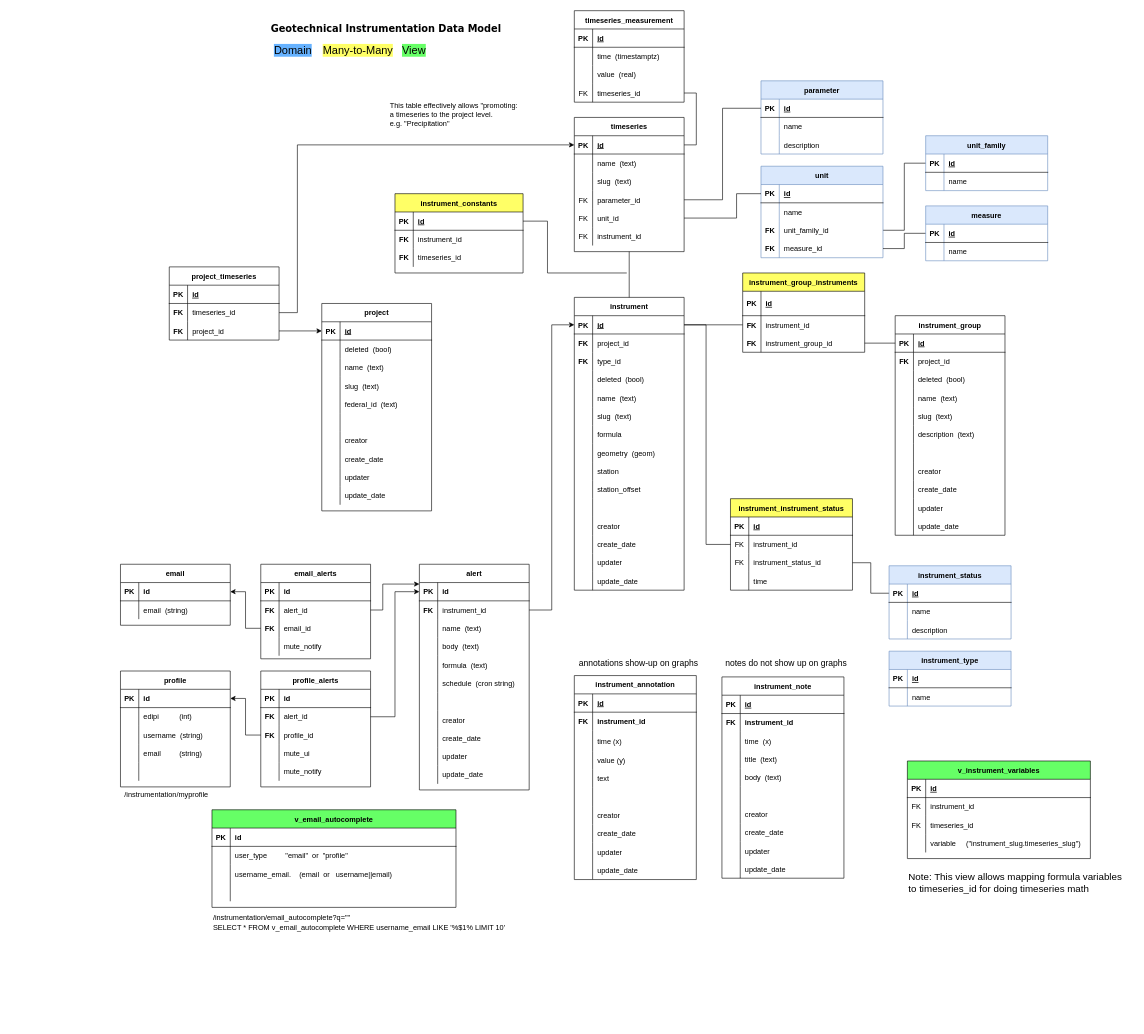
Before: docs/instrumentation_datamodel.drawio in USACE/instrumentation-api, a draw.io diagram. Source tidied: cells renumbered, new cells numbered last; positions are measured from the earlier drawing's top-left corner, leaving out a move shared by most shapes. Both pictures are drawn from the tidied source at 61%, with x=0, y=0 at pixel (120, 10).
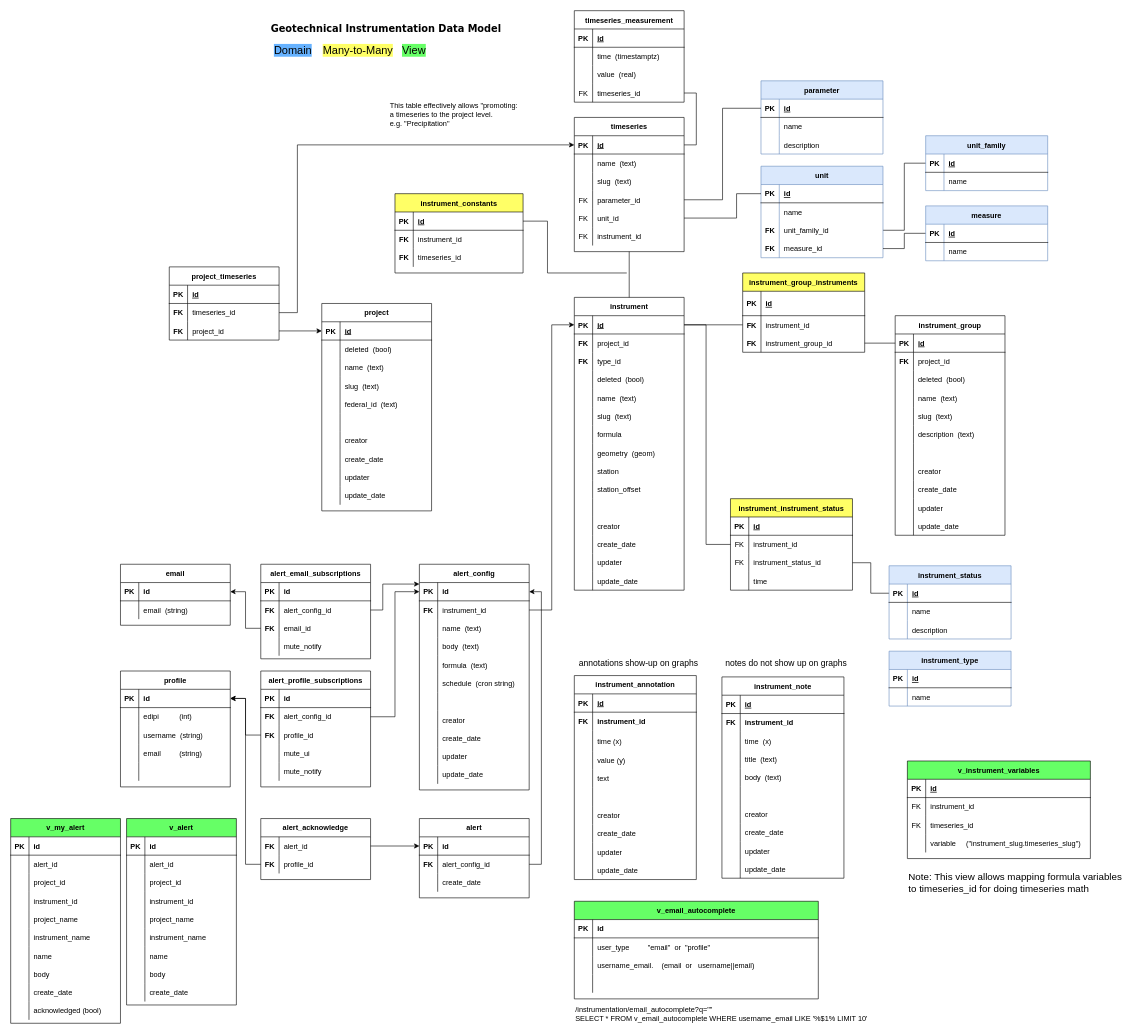
Above is the later version.

The change refers to these unchanged cells:
```xml
<mxCell id="292" style="shape=partialRectangle;fillColor=none;top=0;left=0;bottom=1;right=0;points=[[0,0.5],[1,0.5]];portConstraint=eastwest;" parent="291" vertex="1">
  <mxGeometry y="30" width="180" height="30" as="geometry" />
</mxCell>
<mxCell id="382" style="shape=partialRectangle;fillColor=none;top=0;left=0;bottom=0;right=0;points=[[0,0.5],[1,0.5]];portConstraint=eastwest;" parent="378" vertex="1">
  <mxGeometry y="60" width="180" height="30" as="geometry" />
</mxCell>
<mxCell id="395" style="shape=partialRectangle;fillColor=none;top=0;left=0;bottom=0;right=0;points=[[0,0.5],[1,0.5]];portConstraint=eastwest;" parent="391" vertex="1">
  <mxGeometry y="60" width="180" height="30" as="geometry" />
</mxCell>
<mxCell id="408" style="shape=partialRectangle;fillColor=none;top=0;left=0;bottom=1;right=0;points=[[0,0.5],[1,0.5]];portConstraint=eastwest;" parent="407" vertex="1">
  <mxGeometry y="30" width="180" height="30" as="geometry" />
</mxCell>
```

What changed in the source:
```diff
@@
-    <mxCell id="288" value="/instrumentation/myprofile" style="text;html=1;align=center;verticalAlign=middle;" parent="1" vertex="1">
-      <mxGeometry y="1274.7" width="150" height="20" as="geometry" />
-    </mxCell>
     <mxCell id="289" value="/instrumentation/email_autocomplete?q=&quot;&quot;&lt;br&gt;SELECT * FROM v_email_autocomplete WHERE username_email LIKE '%$1% LIMIT 10'" style="text;html=1;align=left;verticalAlign=middle;" parent="1" vertex="1">
-      <mxGeometry x="150" y="1480" width="490" height="30" as="geometry" />
+      <mxGeometry x="744" y="1630" width="490" height="30" as="geometry" />
     </mxCell>
@@
-    <mxCell id="291" value="alert" style="shape=table;startSize=30;childLayout=tableLayout;rowLines=0;fontStyle=1;align=center;" parent="1" vertex="1">
+    <mxCell id="291" value="alert_config" style="shape=table;startSize=30;childLayout=tableLayout;rowLines=0;fontStyle=1;align=center;" parent="1" vertex="1">
       <mxGeometry x="490" y="907.5" width="180" height="370" as="geometry" />
     </mxCell>
@@
-    <mxCell id="378" value="email_alerts" style="shape=table;startSize=30;childLayout=tableLayout;rowLines=0;fontStyle=1;align=center;" parent="1" vertex="1">
+    <mxCell id="378" value="alert_email_subscriptions" style="shape=table;startSize=30;childLayout=tableLayout;rowLines=0;fontStyle=1;align=center;" parent="1" vertex="1">
       <mxGeometry x="230" y="907.5" width="180" height="155" as="geometry" />
     </mxCell>
@@
-    <mxCell id="384" value="alert_id" style="shape=partialRectangle;fillColor=none;top=0;left=0;bottom=0;right=0;align=left;spacingLeft=6;overflow=hidden;" parent="382" vertex="1">
+    <mxCell id="384" value="alert_config_id" style="shape=partialRectangle;fillColor=none;top=0;left=0;bottom=0;right=0;align=left;spacingLeft=6;overflow=hidden;" parent="382" vertex="1">
       <mxGeometry x="30" width="150" height="30" as="geometry" />
     </mxCell>
@@
-    <mxCell id="391" value="profile_alerts" style="shape=table;startSize=30;childLayout=tableLayout;rowLines=0;fontStyle=1;align=center;" parent="1" vertex="1">
+    <mxCell id="391" value="alert_profile_subscriptions" style="shape=table;startSize=30;childLayout=tableLayout;rowLines=0;fontStyle=1;align=center;" parent="1" vertex="1">
       <mxGeometry x="230" y="1082.5" width="180" height="190" as="geometry" />
     </mxCell>
@@
-    <mxCell id="397" value="alert_id" style="shape=partialRectangle;fillColor=none;top=0;left=0;bottom=0;right=0;align=left;spacingLeft=6;overflow=hidden;" parent="395" vertex="1">
+    <mxCell id="397" value="alert_config_id" style="shape=partialRectangle;fillColor=none;top=0;left=0;bottom=0;right=0;align=left;spacingLeft=6;overflow=hidden;" parent="395" vertex="1">
       <mxGeometry x="30" width="150" height="30" as="geometry" />
     </mxCell>
@@
     <mxCell id="431" value="v_email_autocomplete" style="shape=table;startSize=30;childLayout=tableLayout;rowLines=0;fontStyle=1;align=center;labelBackgroundColor=#66FF66;fillColor=#66FF66;" parent="1" vertex="1">
-      <mxGeometry x="150" y="1310" width="400" height="160" as="geometry" />
+      <mxGeometry x="744" y="1460" width="400" height="160" as="geometry" />
     </mxCell>
@@
+    <mxCell id="444" value="alert" style="shape=table;startSize=30;childLayout=tableLayout;rowLines=0;fontStyle=1;align=center;" parent="1" vertex="1">
+      <mxGeometry x="490" y="1324.4" width="180" height="130" as="geometry" />
+    </mxCell>
+    <mxCell id="445" style="shape=partialRectangle;fillColor=none;top=0;left=0;bottom=1;right=0;points=[[0,0.5],[1,0.5]];portConstraint=eastwest;" parent="444" vertex="1">
+      <mxGeometry y="30" width="180" height="30" as="geometry" />
+    </mxCell>
+    <mxCell id="446" value="PK" style="shape=partialRectangle;fillColor=none;top=0;left=0;bottom=0;right=0;fontStyle=1;overflow=hidden;" parent="445" vertex="1">
+      <mxGeometry width="30" height="30" as="geometry" />
+    </mxCell>
+    <mxCell id="447" value="id" style="shape=partialRectangle;fillColor=none;top=0;left=0;bottom=0;right=0;align=left;spacingLeft=6;fontStyle=1;overflow=hidden;" parent="445" vertex="1">
+      <mxGeometry x="30" width="150" height="30" as="geometry" />
+    </mxCell>
+    <mxCell id="448" style="shape=partialRectangle;fillColor=none;top=0;left=0;bottom=0;right=0;points=[[0,0.5],[1,0.5]];portConstraint=eastwest;" parent="444" vertex="1">
+      <mxGeometry y="60" width="180" height="30" as="geometry" />
+    </mxCell>
+    <mxCell id="449" value="FK" style="shape=partialRectangle;fillColor=none;top=0;left=0;bottom=0;right=0;overflow=hidden;fontStyle=1;" parent="448" vertex="1">
+      <mxGeometry width="30" height="30" as="geometry" />
+    </mxCell>
+    <mxCell id="450" value="alert_config_id" style="shape=partialRectangle;fillColor=none;top=0;left=0;bottom=0;right=0;align=left;spacingLeft=6;overflow=hidden;" parent="448" vertex="1">
+      <mxGeometry x="30" width="150" height="30" as="geometry" />
+    </mxCell>
+    <mxCell id="451" style="shape=partialRectangle;fillColor=none;top=0;left=0;bottom=0;right=0;" parent="444" vertex="1">
+      <mxGeometry y="90" width="180" height="30" as="geometry" />
+    </mxCell>
+    <mxCell id="452" style="shape=partialRectangle;fillColor=none;top=0;left=0;bottom=0;right=0;overflow=hidden;fontStyle=1;" parent="451" vertex="1">
+      <mxGeometry width="30" height="30" as="geometry" />
+    </mxCell>
+    <mxCell id="453" value="create_date" style="shape=partialRectangle;fillColor=none;top=0;left=0;bottom=0;right=0;align=left;spacingLeft=6;overflow=hidden;" parent="451" vertex="1">
+      <mxGeometry x="30" width="150" height="30" as="geometry" />
+    </mxCell>
+    <mxCell id="454" style="edgeStyle=orthogonalEdgeStyle;rounded=0;jettySize=auto;html=1;entryX=1;entryY=0.5;entryDx=0;entryDy=0;exitX=1;exitY=0.5;exitDx=0;exitDy=0;" parent="1" edge="1" source="448" target="292">
+      <mxGeometry relative="1" as="geometry">
+        <Array as="points">
+          <mxPoint x="690" y="1399" />
+          <mxPoint x="690" y="953" />
+        </Array>
+      </mxGeometry>
+    </mxCell>
+    <mxCell id="455" style="edgeStyle=orthogonalEdgeStyle;rounded=0;jettySize=auto;html=1;entryX=0;entryY=0.5;entryDx=0;entryDy=0;exitX=1;exitY=0.5;exitDx=0;exitDy=0;" parent="1" edge="1" source="458" target="445">
+      <mxGeometry relative="1" as="geometry" />
+    </mxCell>
+    <mxCell id="456" style="edgeStyle=orthogonalEdgeStyle;rounded=0;jettySize=auto;html=1;" parent="1" edge="1" source="461" target="408">
+      <mxGeometry relative="1" as="geometry" />
+    </mxCell>
+    <mxCell id="457" value="alert_acknowledge" style="shape=table;startSize=30;childLayout=tableLayout;rowLines=0;fontStyle=1;align=center;" parent="1" vertex="1">
+      <mxGeometry x="230" y="1324.4" width="180" height="100" as="geometry" />
+    </mxCell>
+    <mxCell id="458" style="shape=partialRectangle;fillColor=none;top=0;left=0;bottom=0;right=0;points=[[0,0.5],[1,0.5]];portConstraint=eastwest;" parent="457" vertex="1">
+      <mxGeometry y="30" width="180" height="30" as="geometry" />
+    </mxCell>
+    <mxCell id="459" value="FK" style="shape=partialRectangle;fillColor=none;top=0;left=0;bottom=0;right=0;overflow=hidden;fontStyle=1;" parent="458" vertex="1">
+      <mxGeometry width="30" height="30" as="geometry" />
+    </mxCell>
+    <mxCell id="460" value="alert_id" style="shape=partialRectangle;fillColor=none;top=0;left=0;bottom=0;right=0;align=left;spacingLeft=6;overflow=hidden;" parent="458" vertex="1">
+      <mxGeometry x="30" width="150" height="30" as="geometry" />
+    </mxCell>
+    <mxCell id="461" style="shape=partialRectangle;fillColor=none;top=0;left=0;bottom=0;right=0;points=[[0,0.5],[1,0.5]];portConstraint=eastwest;" parent="457" vertex="1">
+      <mxGeometry y="60" width="180" height="30" as="geometry" />
+    </mxCell>
+    <mxCell id="462" value="FK" style="shape=partialRectangle;fillColor=none;top=0;left=0;bottom=0;right=0;overflow=hidden;fontStyle=1;" parent="461" vertex="1">
+      <mxGeometry width="30" height="30" as="geometry" />
+    </mxCell>
+    <mxCell id="463" value="profile_id" style="shape=partialRectangle;fillColor=none;top=0;left=0;bottom=0;right=0;align=left;spacingLeft=6;overflow=hidden;" parent="461" vertex="1">
+      <mxGeometry x="30" width="150" height="30" as="geometry" />
+    </mxCell>
+    <mxCell id="464" value="v_my_alert" style="shape=table;startSize=30;childLayout=tableLayout;rowLines=0;fontStyle=1;align=center;labelBackgroundColor=#66FF66;fillColor=#66FF66;" parent="1" vertex="1">
+      <mxGeometry x="-180" y="1324.4" width="180" height="335.6" as="geometry" />
+    </mxCell>
+    <mxCell id="465" style="shape=partialRectangle;fillColor=none;top=0;left=0;bottom=1;right=0;" parent="464" vertex="1">
+      <mxGeometry y="30" width="180" height="30" as="geometry" />
+    </mxCell>
+    <mxCell id="466" value="PK" style="shape=partialRectangle;fillColor=none;top=0;left=0;bottom=0;right=0;fontStyle=1;overflow=hidden;" parent="465" vertex="1">
+      <mxGeometry width="30" height="30" as="geometry" />
+    </mxCell>
+    <mxCell id="467" value="id " style="shape=partialRectangle;fillColor=none;top=0;left=0;bottom=0;right=0;align=left;spacingLeft=6;fontStyle=1;overflow=hidden;" parent="465" vertex="1">
+      <mxGeometry x="30" width="150" height="30" as="geometry" />
+    </mxCell>
+    <mxCell id="468" style="shape=partialRectangle;fillColor=none;top=0;left=0;bottom=0;right=0;" parent="464" vertex="1">
+      <mxGeometry y="60" width="180" height="30" as="geometry" />
+    </mxCell>
+    <mxCell id="469" style="shape=partialRectangle;fillColor=none;top=0;left=0;bottom=0;right=0;overflow=hidden;" parent="468" vertex="1">
+      <mxGeometry width="30" height="30" as="geometry" />
+    </mxCell>
+    <mxCell id="470" value="alert_id" style="shape=partialRectangle;fillColor=none;top=0;left=0;bottom=0;right=0;align=left;spacingLeft=6;overflow=hidden;" parent="468" vertex="1">
+      <mxGeometry x="30" width="150" height="30" as="geometry" />
+    </mxCell>
+    <mxCell id="471" style="shape=partialRectangle;fillColor=none;top=0;left=0;bottom=0;right=0;" parent="464" vertex="1">
+      <mxGeometry y="90" width="180" height="30" as="geometry" />
+    </mxCell>
+    <mxCell id="472" style="shape=partialRectangle;fillColor=none;top=0;left=0;bottom=0;right=0;overflow=hidden;" parent="471" vertex="1">
+      <mxGeometry width="30" height="30" as="geometry" />
+    </mxCell>
+    <mxCell id="473" value="project_id" style="shape=partialRectangle;fillColor=none;top=0;left=0;bottom=0;right=0;align=left;spacingLeft=6;overflow=hidden;" parent="471" vertex="1">
+      <mxGeometry x="30" width="150" height="30" as="geometry" />
+    </mxCell>
+    <mxCell id="474" style="shape=partialRectangle;fillColor=none;top=0;left=0;bottom=0;right=0;" parent="464" vertex="1">
+      <mxGeometry y="120" width="180" height="30" as="geometry" />
+    </mxCell>
+    <mxCell id="475" style="shape=partialRectangle;fillColor=none;top=0;left=0;bottom=0;right=0;overflow=hidden;" parent="474" vertex="1">
+      <mxGeometry width="30" height="30" as="geometry" />
+    </mxCell>
+    <mxCell id="476" value="instrument_id" style="shape=partialRectangle;fillColor=none;top=0;left=0;bottom=0;right=0;align=left;spacingLeft=6;overflow=hidden;fontStyle=0;" parent="474" vertex="1">
+      <mxGeometry x="30" width="150" height="30" as="geometry" />
+    </mxCell>
+    <mxCell id="477" style="shape=partialRectangle;fillColor=none;top=0;left=0;bottom=0;right=0;" parent="464" vertex="1">
+      <mxGeometry y="150" width="180" height="30" as="geometry" />
+    </mxCell>
+    <mxCell id="478" style="shape=partialRectangle;fillColor=none;top=0;left=0;bottom=0;right=0;overflow=hidden;" parent="477" vertex="1">
+      <mxGeometry width="30" height="30" as="geometry" />
+    </mxCell>
+    <mxCell id="479" value="project_name" style="shape=partialRectangle;fillColor=none;top=0;left=0;bottom=0;right=0;align=left;spacingLeft=6;overflow=hidden;fontStyle=0;" parent="477" vertex="1">
+      <mxGeometry x="30" width="150" height="30" as="geometry" />
+    </mxCell>
+    <mxCell id="480" style="shape=partialRectangle;fillColor=none;top=0;left=0;bottom=0;right=0;" parent="464" vertex="1">
+      <mxGeometry y="180" width="180" height="30" as="geometry" />
+    </mxCell>
+    <mxCell id="481" style="shape=partialRectangle;fillColor=none;top=0;left=0;bottom=0;right=0;overflow=hidden;" parent="480" vertex="1">
+      <mxGeometry width="30" height="30" as="geometry" />
+    </mxCell>
+    <mxCell id="482" value="instrument_name" style="shape=partialRectangle;fillColor=none;top=0;left=0;bottom=0;right=0;align=left;spacingLeft=6;overflow=hidden;fontStyle=0;" parent="480" vertex="1">
+      <mxGeometry x="30" width="150" height="30" as="geometry" />
+    </mxCell>
+    <mxCell id="483" style="shape=partialRectangle;fillColor=none;top=0;left=0;bottom=0;right=0;" parent="464" vertex="1">
+      <mxGeometry y="210" width="180" height="30" as="geometry" />
+    </mxCell>
+    <mxCell id="484" style="shape=partialRectangle;fillColor=none;top=0;left=0;bottom=0;right=0;overflow=hidden;" parent="483" vertex="1">
+      <mxGeometry width="30" height="30" as="geometry" />
+    </mxCell>
+    <mxCell id="485" value="name" style="shape=partialRectangle;fillColor=none;top=0;left=0;bottom=0;right=0;align=left;spacingLeft=6;overflow=hidden;fontStyle=0;" parent="483" vertex="1">
+      <mxGeometry x="30" width="150" height="30" as="geometry" />
+    </mxCell>
+    <mxCell id="486" style="shape=partialRectangle;fillColor=none;top=0;left=0;bottom=0;right=0;" parent="464" vertex="1">
+      <mxGeometry y="240" width="180" height="30" as="geometry" />
+    </mxCell>
+    <mxCell id="487" style="shape=partialRectangle;fillColor=none;top=0;left=0;bottom=0;right=0;overflow=hidden;" parent="486" vertex="1">
+      <mxGeometry width="30" height="30" as="geometry" />
+    </mxCell>
+    <mxCell id="488" value="body" style="shape=partialRectangle;fillColor=none;top=0;left=0;bottom=0;right=0;align=left;spacingLeft=6;overflow=hidden;fontStyle=0;" parent="486" vertex="1">
+      <mxGeometry x="30" width="150" height="30" as="geometry" />
+    </mxCell>
+    <mxCell id="489" style="shape=partialRectangle;fillColor=none;top=0;left=0;bottom=0;right=0;" parent="464" vertex="1">
+      <mxGeometry y="270" width="180" height="30" as="geometry" />
+    </mxCell>
+    <mxCell id="490" style="shape=partialRectangle;fillColor=none;top=0;left=0;bottom=0;right=0;overflow=hidden;" parent="489" vertex="1">
+      <mxGeometry width="30" height="30" as="geometry" />
+    </mxCell>
+    <mxCell id="491" value="create_date" style="shape=partialRectangle;fillColor=none;top=0;left=0;bottom=0;right=0;align=left;spacingLeft=6;overflow=hidden;fontStyle=0;" parent="489" vertex="1">
+      <mxGeometry x="30" width="150" height="30" as="geometry" />
+    </mxCell>
+    <mxCell id="492" style="shape=partialRectangle;fillColor=none;top=0;left=0;bottom=0;right=0;" parent="464" vertex="1">
+      <mxGeometry y="300" width="180" height="30" as="geometry" />
+    </mxCell>
+    <mxCell id="493" style="shape=partialRectangle;fillColor=none;top=0;left=0;bottom=0;right=0;overflow=hidden;" parent="492" vertex="1">
+      <mxGeometry width="30" height="30" as="geometry" />
+    </mxCell>
+    <mxCell id="494" value="acknowledged (bool)" style="shape=partialRectangle;fillColor=none;top=0;left=0;bottom=0;right=0;align=left;spacingLeft=6;overflow=hidden;fontStyle=0;" parent="492" vertex="1">
+      <mxGeometry x="30" width="150" height="30" as="geometry" />
+    </mxCell>
+    <mxCell id="495" value="v_alert" style="shape=table;startSize=30;childLayout=tableLayout;rowLines=0;fontStyle=1;align=center;labelBackgroundColor=#66FF66;fillColor=#66FF66;" parent="1" vertex="1">
+      <mxGeometry x="10" y="1324.4" width="180" height="305.6" as="geometry" />
+    </mxCell>
+    <mxCell id="496" style="shape=partialRectangle;fillColor=none;top=0;left=0;bottom=1;right=0;" parent="495" vertex="1">
+      <mxGeometry y="30" width="180" height="30" as="geometry" />
+    </mxCell>
+    <mxCell id="497" value="PK" style="shape=partialRectangle;fillColor=none;top=0;left=0;bottom=0;right=0;fontStyle=1;overflow=hidden;" parent="496" vertex="1">
+      <mxGeometry width="30" height="30" as="geometry" />
+    </mxCell>
+    <mxCell id="498" value="id " style="shape=partialRectangle;fillColor=none;top=0;left=0;bottom=0;right=0;align=left;spacingLeft=6;fontStyle=1;overflow=hidden;" parent="496" vertex="1">
+      <mxGeometry x="30" width="150" height="30" as="geometry" />
+    </mxCell>
+    <mxCell id="499" style="shape=partialRectangle;fillColor=none;top=0;left=0;bottom=0;right=0;" parent="495" vertex="1">
+      <mxGeometry y="60" width="180" height="30" as="geometry" />
+    </mxCell>
+    <mxCell id="500" style="shape=partialRectangle;fillColor=none;top=0;left=0;bottom=0;right=0;overflow=hidden;" parent="499" vertex="1">
+      <mxGeometry width="30" height="30" as="geometry" />
+    </mxCell>
+    <mxCell id="501" value="alert_id" style="shape=partialRectangle;fillColor=none;top=0;left=0;bottom=0;right=0;align=left;spacingLeft=6;overflow=hidden;" parent="499" vertex="1">
+      <mxGeometry x="30" width="150" height="30" as="geometry" />
+    </mxCell>
+    <mxCell id="502" style="shape=partialRectangle;fillColor=none;top=0;left=0;bottom=0;right=0;" parent="495" vertex="1">
+      <mxGeometry y="90" width="180" height="30" as="geometry" />
+    </mxCell>
+    <mxCell id="503" style="shape=partialRectangle;fillColor=none;top=0;left=0;bottom=0;right=0;overflow=hidden;" parent="502" vertex="1">
+      <mxGeometry width="30" height="30" as="geometry" />
+    </mxCell>
+    <mxCell id="504" value="project_id" style="shape=partialRectangle;fillColor=none;top=0;left=0;bottom=0;right=0;align=left;spacingLeft=6;overflow=hidden;" parent="502" vertex="1">
+      <mxGeometry x="30" width="150" height="30" as="geometry" />
+    </mxCell>
+    <mxCell id="505" style="shape=partialRectangle;fillColor=none;top=0;left=0;bottom=0;right=0;" parent="495" vertex="1">
+      <mxGeometry y="120" width="180" height="30" as="geometry" />
+    </mxCell>
+    <mxCell id="506" style="shape=partialRectangle;fillColor=none;top=0;left=0;bottom=0;right=0;overflow=hidden;" parent="505" vertex="1">
+      <mxGeometry width="30" height="30" as="geometry" />
+    </mxCell>
+    <mxCell id="507" value="instrument_id" style="shape=partialRectangle;fillColor=none;top=0;left=0;bottom=0;right=0;align=left;spacingLeft=6;overflow=hidden;fontStyle=0;" parent="505" vertex="1">
+      <mxGeometry x="30" width="150" height="30" as="geometry" />
+    </mxCell>
+    <mxCell id="508" style="shape=partialRectangle;fillColor=none;top=0;left=0;bottom=0;right=0;" parent="495" vertex="1">
+      <mxGeometry y="150" width="180" height="30" as="geometry" />
+    </mxCell>
+    <mxCell id="509" style="shape=partialRectangle;fillColor=none;top=0;left=0;bottom=0;right=0;overflow=hidden;" parent="508" vertex="1">
+      <mxGeometry width="30" height="30" as="geometry" />
+    </mxCell>
+    <mxCell id="510" value="project_name" style="shape=partialRectangle;fillColor=none;top=0;left=0;bottom=0;right=0;align=left;spacingLeft=6;overflow=hidden;fontStyle=0;" parent="508" vertex="1">
+      <mxGeometry x="30" width="150" height="30" as="geometry" />
+    </mxCell>
+    <mxCell id="511" style="shape=partialRectangle;fillColor=none;top=0;left=0;bottom=0;right=0;" parent="495" vertex="1">
+      <mxGeometry y="180" width="180" height="30" as="geometry" />
+    </mxCell>
+    <mxCell id="512" style="shape=partialRectangle;fillColor=none;top=0;left=0;bottom=0;right=0;overflow=hidden;" parent="511" vertex="1">
+      <mxGeometry width="30" height="30" as="geometry" />
+    </mxCell>
+    <mxCell id="513" value="instrument_name" style="shape=partialRectangle;fillColor=none;top=0;left=0;bottom=0;right=0;align=left;spacingLeft=6;overflow=hidden;fontStyle=0;" parent="511" vertex="1">
+      <mxGeometry x="30" width="150" height="30" as="geometry" />
+    </mxCell>
+    <mxCell id="514" style="shape=partialRectangle;fillColor=none;top=0;left=0;bottom=0;right=0;" parent="495" vertex="1">
+      <mxGeometry y="210" width="180" height="30" as="geometry" />
+    </mxCell>
+    <mxCell id="515" style="shape=partialRectangle;fillColor=none;top=0;left=0;bottom=0;right=0;overflow=hidden;" parent="514" vertex="1">
+      <mxGeometry width="30" height="30" as="geometry" />
+    </mxCell>
+    <mxCell id="516" value="name" style="shape=partialRectangle;fillColor=none;top=0;left=0;bottom=0;right=0;align=left;spacingLeft=6;overflow=hidden;fontStyle=0;" parent="514" vertex="1">
+      <mxGeometry x="30" width="150" height="30" as="geometry" />
+    </mxCell>
+    <mxCell id="517" style="shape=partialRectangle;fillColor=none;top=0;left=0;bottom=0;right=0;" parent="495" vertex="1">
+      <mxGeometry y="240" width="180" height="30" as="geometry" />
+    </mxCell>
+    <mxCell id="518" style="shape=partialRectangle;fillColor=none;top=0;left=0;bottom=0;right=0;overflow=hidden;" parent="517" vertex="1">
+      <mxGeometry width="30" height="30" as="geometry" />
+    </mxCell>
+    <mxCell id="519" value="body" style="shape=partialRectangle;fillColor=none;top=0;left=0;bottom=0;right=0;align=left;spacingLeft=6;overflow=hidden;fontStyle=0;" parent="517" vertex="1">
+      <mxGeometry x="30" width="150" height="30" as="geometry" />
+    </mxCell>
+    <mxCell id="520" style="shape=partialRectangle;fillColor=none;top=0;left=0;bottom=0;right=0;" parent="495" vertex="1">
+      <mxGeometry y="270" width="180" height="30" as="geometry" />
+    </mxCell>
+    <mxCell id="521" style="shape=partialRectangle;fillColor=none;top=0;left=0;bottom=0;right=0;overflow=hidden;" parent="520" vertex="1">
+      <mxGeometry width="30" height="30" as="geometry" />
+    </mxCell>
+    <mxCell id="522" value="create_date" style="shape=partialRectangle;fillColor=none;top=0;left=0;bottom=0;right=0;align=left;spacingLeft=6;overflow=hidden;fontStyle=0;" parent="520" vertex="1">
+      <mxGeometry x="30" width="150" height="30" as="geometry" />
+    </mxCell>
```
